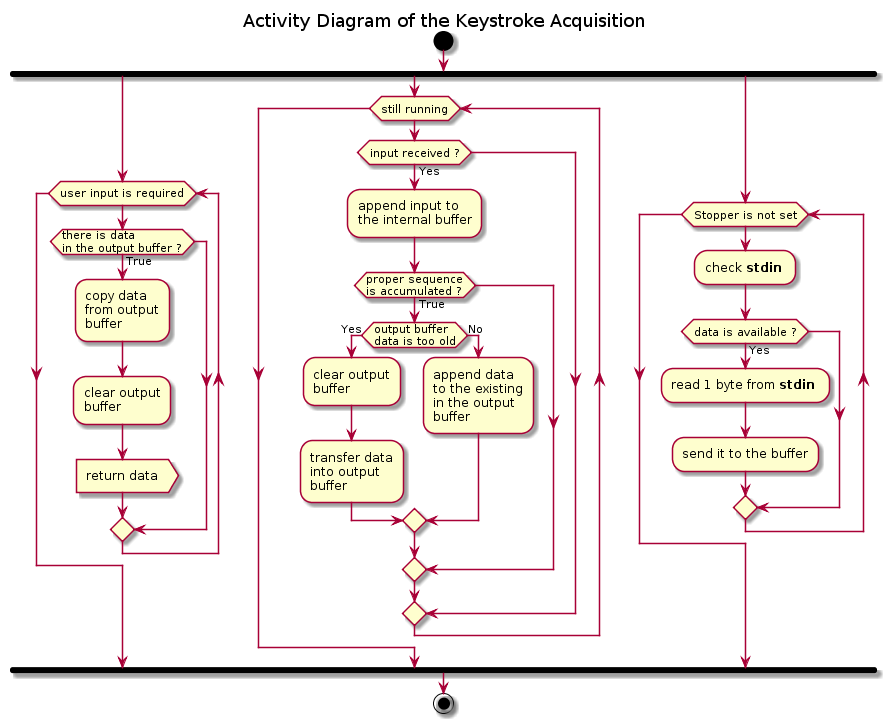
Before: docs/UML/ui/cli/keystroke_linux_py/keystroke_request_activity_diagram.png, a diagram exported from PlantUML (FooBarShebang/sudoku_py).
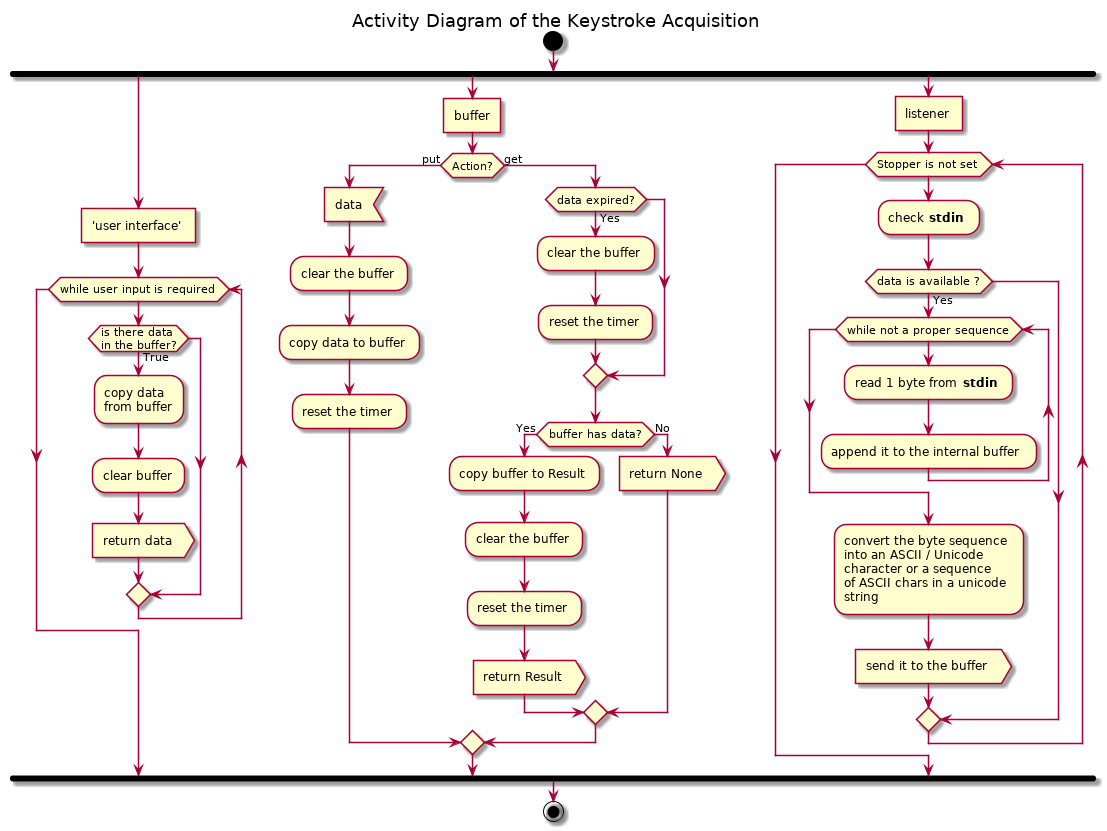
The same file after the commit.

Diff of the diagram source:
```diff
@@ -6,43 +6,67 @@
 
 fork
 
-while (user input is required)
-    if (there is data\nin the output buffer ?) then (True)
-        :copy data\nfrom output\nbuffer;
+    :'user interface']
 
-        :clear output\nbuffer;
+    while (while user input is required)
+        if (is there data\nin the buffer?) then (True)
+            :copy data\nfrom buffer;
 
-        :return data>
-    endif
-end while
+            :clear buffer;
 
-fork again
-
-    while (still running)
-        if (input received ?) then (Yes)
-            :append input to\nthe internal buffer;
-
-            if (proper sequence\nis accumulated ?) then (True)
-                if (output buffer\ndata is too old) then (Yes)
-                    :clear output\nbuffer;
-
-                    :transfer data\ninto output\nbuffer;
-                else (No)
-                    :append data\nto the existing\nin the output\nbuffer;
-                endif
-            endif
+            :return data>
         endif
     end while
 
 fork again
 
+    :buffer]
+
+    if (Action?) then (put)
+        :data<
+
+        :clear the buffer;
+
+        :copy data to buffer;
+
+        :reset the timer;
+    else (get)
+        if (data expired?) then (Yes)
+            :clear the buffer;
+
+            :reset the timer;
+        endif
+
+        if (buffer has data?) then (Yes)
+            :copy buffer to Result;
+
+            :clear the buffer;
+
+            :reset the timer;
+
+            :return Result>
+        else (No)
+            :return None>
+        endif
+    endif
+
+fork again
+
+    :listener]
+
     while (Stopper is not set)
         :check <b>stdin</b> ;
 
         if (data is available ?) then (Yes)
-            :read 1 byte from <b>stdin</b> ;
+            while (while not a proper sequence)
+                :read 1 byte from <b>stdin</b> ;
 
-            :send it to the buffer;
+                :append it to the internal buffer;
+            end while
+
+            :convert the byte sequence\ninto an ASCII / Unicode\ncharacter or a sequence\nof ASCII chars in a unicode\nstring;
+
+            :send it to the buffer>
         endif
     end while
 
```
